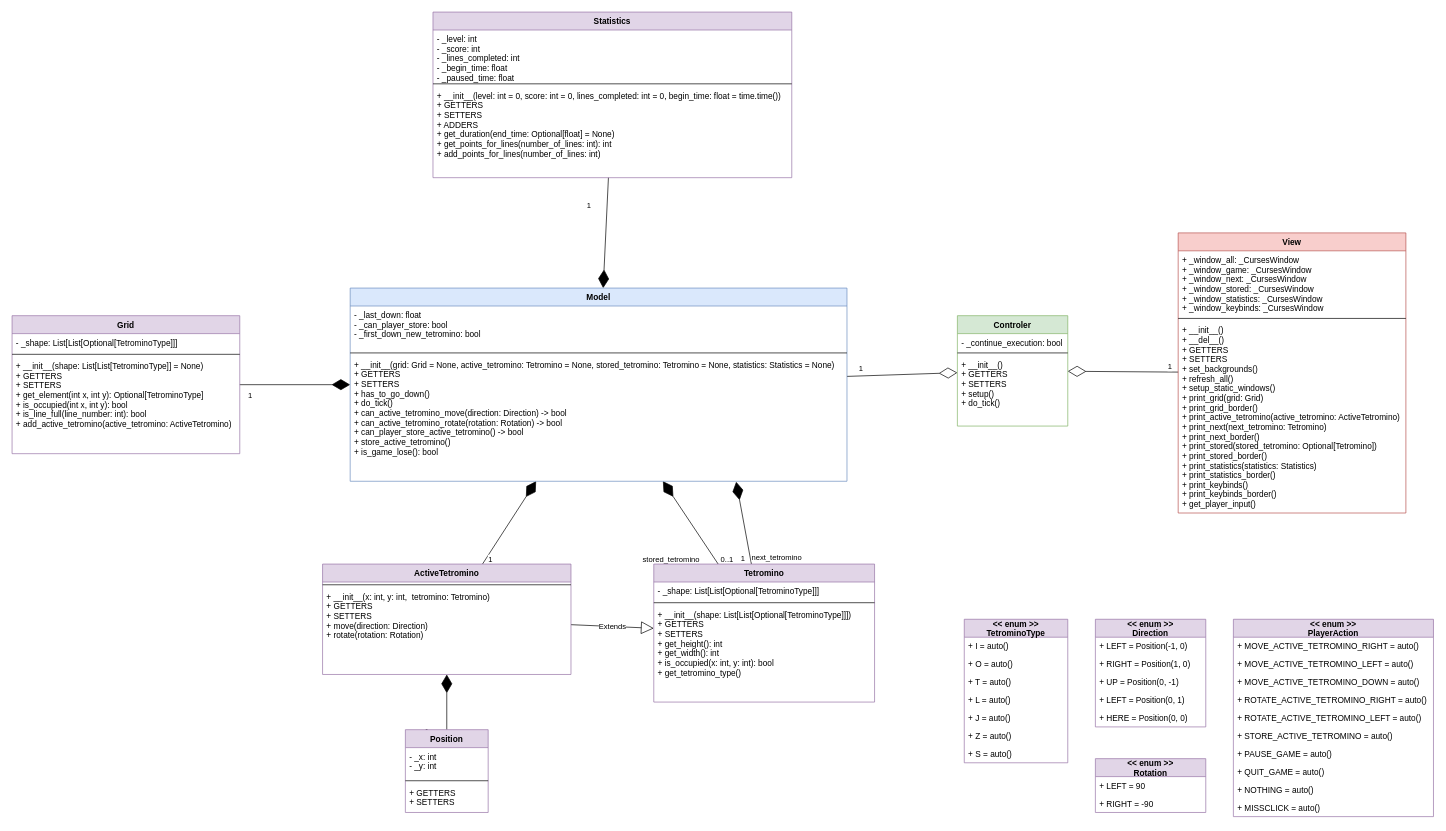
The draw.io diagram information/class diagram.drawio in le-chartreux/Tertris, before the edit. Source tidied: cells renumbered, new cells numbered last; positions are measured from the earlier drawing's top-left corner, leaving out a move shared by most shapes. Both pictures are drawn from the tidied source at 69%, with x=0, y=0 at pixel (12, 12).
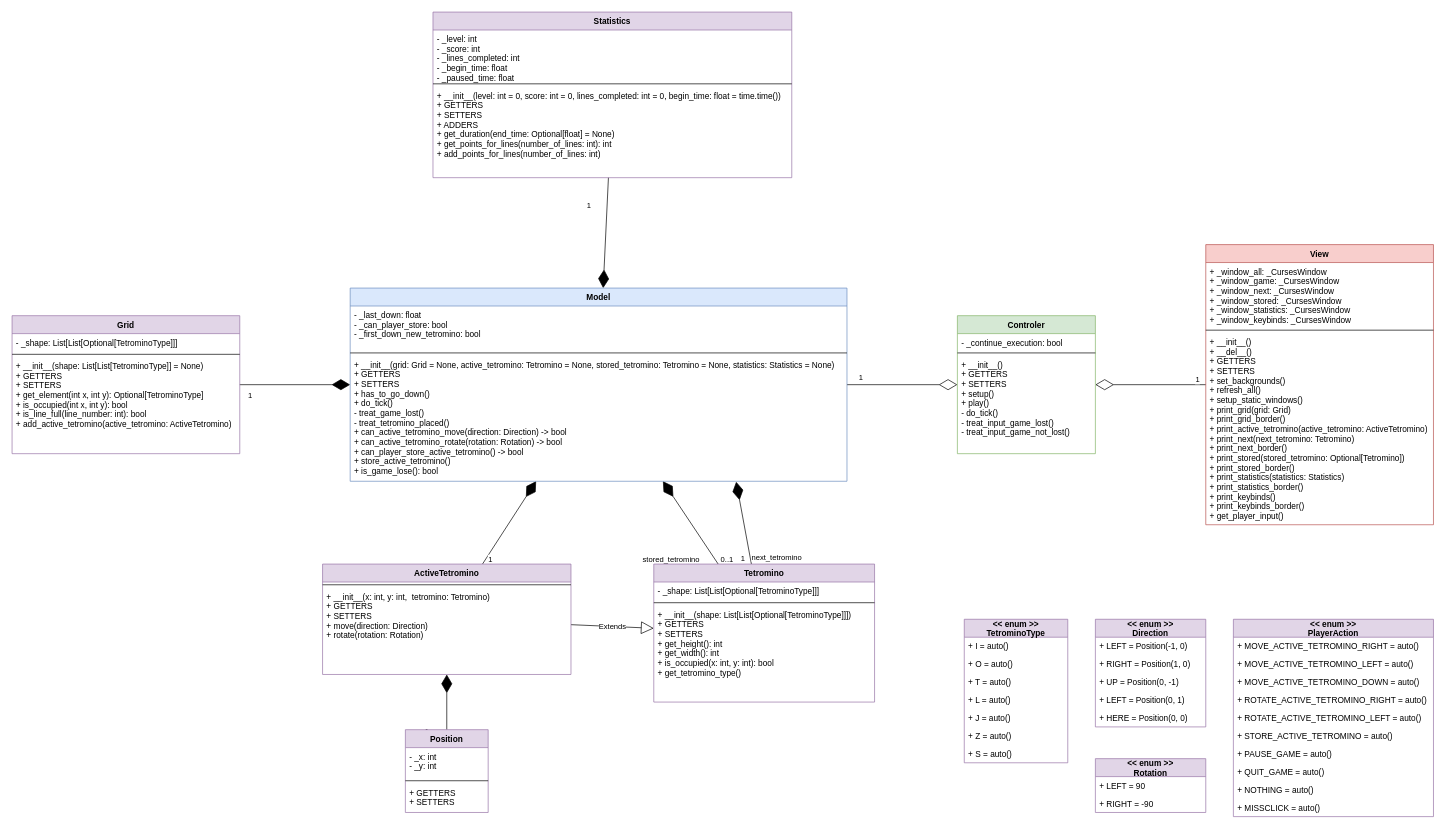
After the change.

Unchanged cells that the change refers to:
```xml
<mxCell id="21" value="Model" style="swimlane;fontStyle=1;align=center;verticalAlign=top;horizontal=1;startSize=26;fillColor=#dae8fc;strokeColor=#6c8ebf;" parent="1" vertex="1">
  <mxGeometry x="490" y="400" width="720" height="280" as="geometry" />
</mxCell>
```

What changed in the source:
```diff
@@
-    <mxCell id="24" value="+ __init__(grid: Grid = None, active_tetromino: Tetromino = None, stored_tetromino: Tetromino = None, statistics: Statistics = None)&#10;+ GETTERS&#10;+ SETTERS&#10;+ has_to_go_down()&#10;+ do_tick()&#10;+ can_active_tetromino_move(direction: Direction) -&gt; bool&#10;+ can_active_tetromino_rotate(rotation: Rotation) -&gt; bool&#10;+ can_player_store_active_tetromino() -&gt; bool&#10;+ store_active_tetromino()&#10;+ is_game_lose(): bool" style="text;strokeColor=none;fillColor=none;align=left;verticalAlign=top;spacingLeft=4;spacingRight=4;overflow=hidden;points=[[0,0.5],[1,0.5]];portConstraint=eastwest;" parent="21" vertex="1">
+    <mxCell id="24" value="+ __init__(grid: Grid = None, active_tetromino: Tetromino = None, stored_tetromino: Tetromino = None, statistics: Statistics = None)&#10;+ GETTERS&#10;+ SETTERS&#10;+ has_to_go_down()&#10;+ do_tick()&#10;- treat_game_lost()&#10;- treat_tetromino_placed()&#10;+ can_active_tetromino_move(direction: Direction) -&gt; bool&#10;+ can_active_tetromino_rotate(rotation: Rotation) -&gt; bool&#10;+ can_player_store_active_tetromino() -&gt; bool&#10;+ store_active_tetromino()&#10;+ is_game_lose(): bool" style="text;strokeColor=none;fillColor=none;align=left;verticalAlign=top;spacingLeft=4;spacingRight=4;overflow=hidden;points=[[0,0.5],[1,0.5]];portConstraint=eastwest;" parent="21" vertex="1">
       <mxGeometry y="98" width="720" height="182" as="geometry" />
     </mxCell>
     <mxCell id="25" value="View" style="swimlane;fontStyle=1;align=center;verticalAlign=top;horizontal=1;startSize=26;fillColor=#f8cecc;strokeColor=#b85450;" parent="1" vertex="1">
-      <mxGeometry x="1690" y="320" width="330" height="406" as="geometry" />
+      <mxGeometry x="1730" y="337" width="330" height="406" as="geometry" />
     </mxCell>
@@
     <mxCell id="76" value="Controler" style="swimlane;fontStyle=1;align=center;verticalAlign=top;horizontal=1;startSize=26;fillColor=#d5e8d4;strokeColor=#82b366;" parent="1" vertex="1">
-      <mxGeometry x="1370" y="440" width="160" height="160" as="geometry" />
+      <mxGeometry x="1370" y="440" width="200" height="200" as="geometry" />
     </mxCell>
     <mxCell id="77" value="- _continue_execution: bool" style="text;strokeColor=none;fillColor=none;align=left;verticalAlign=top;spacingLeft=4;spacingRight=4;overflow=hidden;" parent="76" vertex="1">
-      <mxGeometry y="26" width="160" height="24" as="geometry" />
+      <mxGeometry y="26" width="200" height="24" as="geometry" />
     </mxCell>
     <mxCell id="78" style="line;strokeWidth=1;fillColor=none;align=left;verticalAlign=middle;spacingTop=-1;spacingLeft=3;spacingRight=3;labelPosition=right;" parent="76" vertex="1">
-      <mxGeometry y="50" width="160" height="8" as="geometry" />
+      <mxGeometry y="50" width="200" height="8" as="geometry" />
     </mxCell>
-    <mxCell id="79" value="+ __init__()&#10;+ GETTERS&#10;+ SETTERS&#10;+ setup()&#10;+ do_tick()" style="text;strokeColor=none;fillColor=none;align=left;verticalAlign=top;spacingLeft=4;spacingRight=4;overflow=hidden;" parent="76" vertex="1">
-      <mxGeometry y="58" width="160" height="102" as="geometry" />
+    <mxCell id="79" value="+ __init__()&#10;+ GETTERS&#10;+ SETTERS&#10;+ setup()&#10;+ play()&#10;- do_tick()&#10;- treat_input_game_lost()&#10;- treat_input_game_not_lost()" style="text;strokeColor=none;fillColor=none;align=left;verticalAlign=top;spacingLeft=4;spacingRight=4;overflow=hidden;" parent="76" vertex="1">
+      <mxGeometry y="58" width="200" height="142" as="geometry" />
     </mxCell>
```
